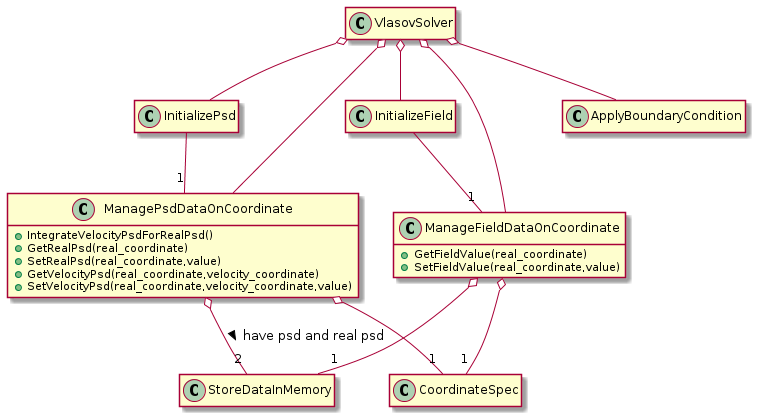
Earlier version of the PlantUML export out/designCode/class_design_outline/class_design_outline.png (Butadiene/HEEModByPuls).
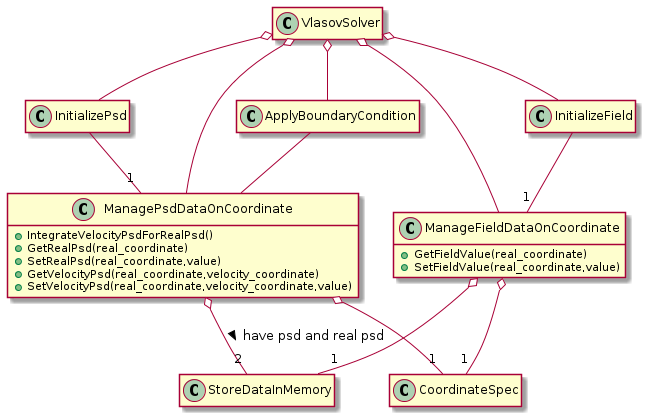
After the change.

Diff of the diagram source:
```diff
@@ -47,6 +47,8 @@
 
 VlasovSolver o-- ApplyBoundaryCondition
 
+ApplyBoundaryCondition -- ManagePsdDataOnCoordinate
+
 ManagePsdDataOnCoordinate o-- "2" StoreDataInMemory : have psd and real psd >
 ManageFieldDataOnCoordinate o-- "1" StoreDataInMemory
 
```
